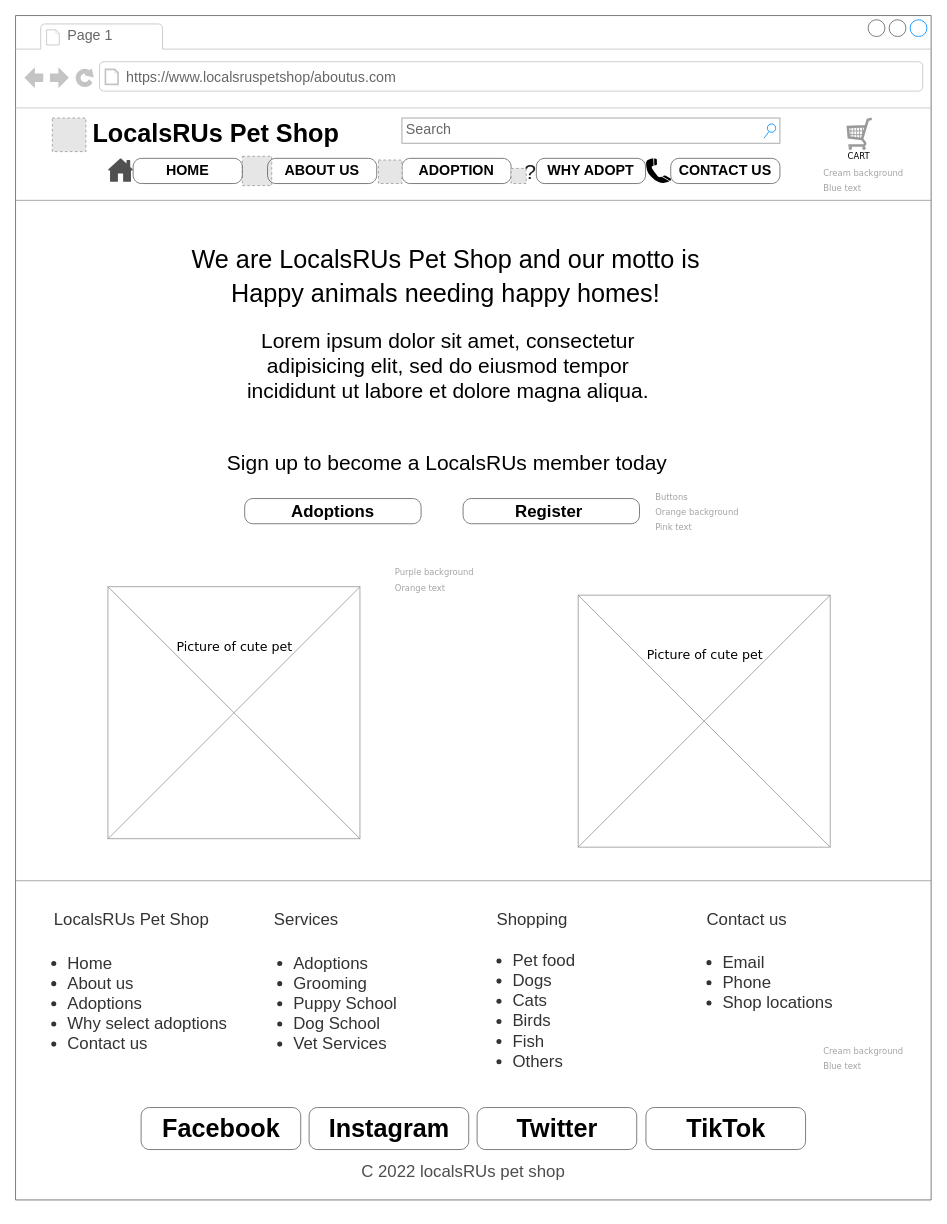
Earlier version of the draw.io diagram page "About us Page" (1 of 10) of Untitled Diagram.drawio (Oenghuswalsh/ICTWEB431-OenghusWalsh). Source tidied: cells renumbered, new cells numbered last; positions are measured from the earlier drawing's top-left corner, leaving out a move shared by most shapes. Both pictures are drawn from the tidied source at 84%, with x=0, y=0 at pixel (15, 15). Pictures stored in the file or linked from it are replaced by grey dashed boxes.
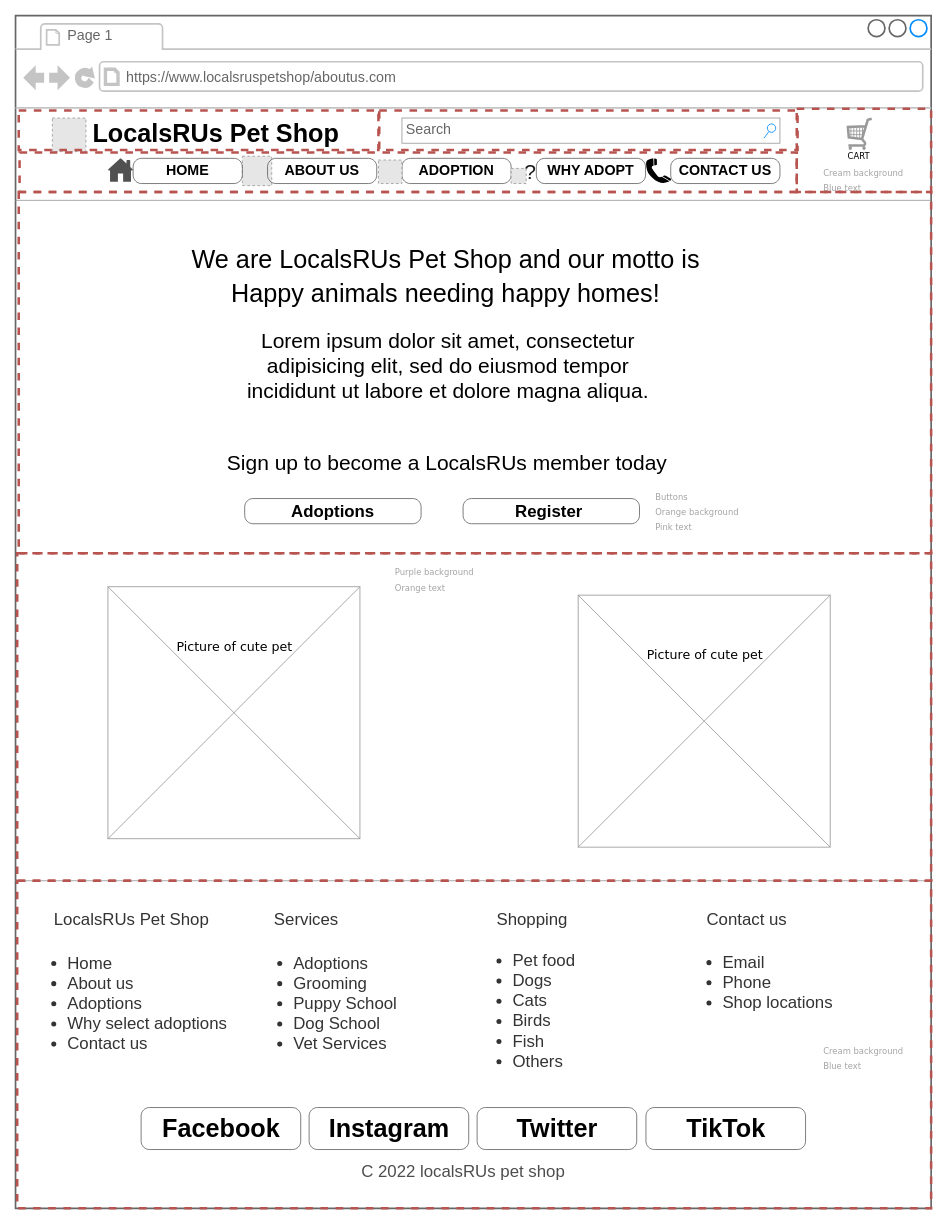
The same page after the edit.

Change to the diagram source:
```diff
@@
-    <mxCell id="2" style="strokeWidth=1;shadow=0;dashed=0;align=center;html=1;shape=mxgraph.mockup.containers.browserWindow;rSize=0;strokeColor=#666666;mainText=,;rounded=0;labelBackgroundColor=none;fontFamily=Verdana;fontSize=12;fillColor=none;" parent="1" vertex="1">
-      <mxGeometry width="1090" height="1410" as="geometry" />
+    <mxCell id="2" style="strokeWidth=2;shadow=0;dashed=0;align=center;html=1;shape=mxgraph.mockup.containers.browserWindow;rSize=0;strokeColor=#666666;mainText=,;rounded=0;labelBackgroundColor=none;fontFamily=Verdana;fontSize=12;fillColor=none;" parent="1" vertex="1">
+      <mxGeometry width="1090" height="1420" as="geometry" />
     </mxCell>
@@
     <mxCell id="11" style="group;" parent="2" vertex="1">
-      <mxGeometry x="110" y="680" width="300" height="300" as="geometry" />
+      <mxGeometry x="110" y="680" width="980" height="390" as="geometry" />
     </mxCell>
@@
+    <mxCell id="59" style="rounded=0;whiteSpace=wrap;html=1;fontSize=32;fillColor=none;gradientColor=#ea6b66;strokeColor=#b85450;dashed=1;strokeWidth=3;" parent="11" vertex="1">
+      <mxGeometry x="-108" y="-40" width="1088" height="390" as="geometry" />
+    </mxCell>
@@
+    <mxCell id="60" style="rounded=0;whiteSpace=wrap;html=1;fontSize=32;fillColor=none;gradientColor=#ea6b66;strokeColor=#b85450;dashed=1;strokeWidth=3;" parent="2" vertex="1">
+      <mxGeometry x="3.8" y="113" width="428.2" height="47" as="geometry" />
+    </mxCell>
+    <mxCell id="61" style="rounded=0;whiteSpace=wrap;html=1;fontSize=32;fillColor=none;gradientColor=#ea6b66;strokeColor=#b85450;dashed=1;strokeWidth=3;" parent="2" vertex="1">
+      <mxGeometry x="433" y="113" width="498" height="47" as="geometry" />
+    </mxCell>
+    <mxCell id="62" style="rounded=0;whiteSpace=wrap;html=1;fontSize=32;fillColor=none;gradientColor=#ea6b66;strokeColor=#b85450;dashed=1;strokeWidth=3;" parent="2" vertex="1">
+      <mxGeometry x="4.8" y="163" width="925.2" height="47" as="geometry" />
+    </mxCell>
+    <mxCell id="63" style="rounded=0;whiteSpace=wrap;html=1;fontSize=32;fillColor=none;gradientColor=#ea6b66;strokeColor=#b85450;dashed=1;strokeWidth=3;" parent="2" vertex="1">
+      <mxGeometry x="3.8" y="210" width="1086.2" height="430" as="geometry" />
+    </mxCell>
+    <mxCell id="64" style="rounded=0;whiteSpace=wrap;html=1;fontSize=32;fillColor=none;gradientColor=#ea6b66;strokeColor=#b85450;dashed=1;strokeWidth=3;" parent="2" vertex="1">
+      <mxGeometry x="2" y="1030" width="1088" height="390" as="geometry" />
+    </mxCell>
+    <mxCell id="65" style="rounded=0;whiteSpace=wrap;html=1;fontSize=32;fillColor=none;gradientColor=#ea6b66;strokeColor=#b85450;dashed=1;strokeWidth=3;" parent="1" vertex="1">
+      <mxGeometry x="930" y="111" width="160" height="99" as="geometry" />
+    </mxCell>
```
